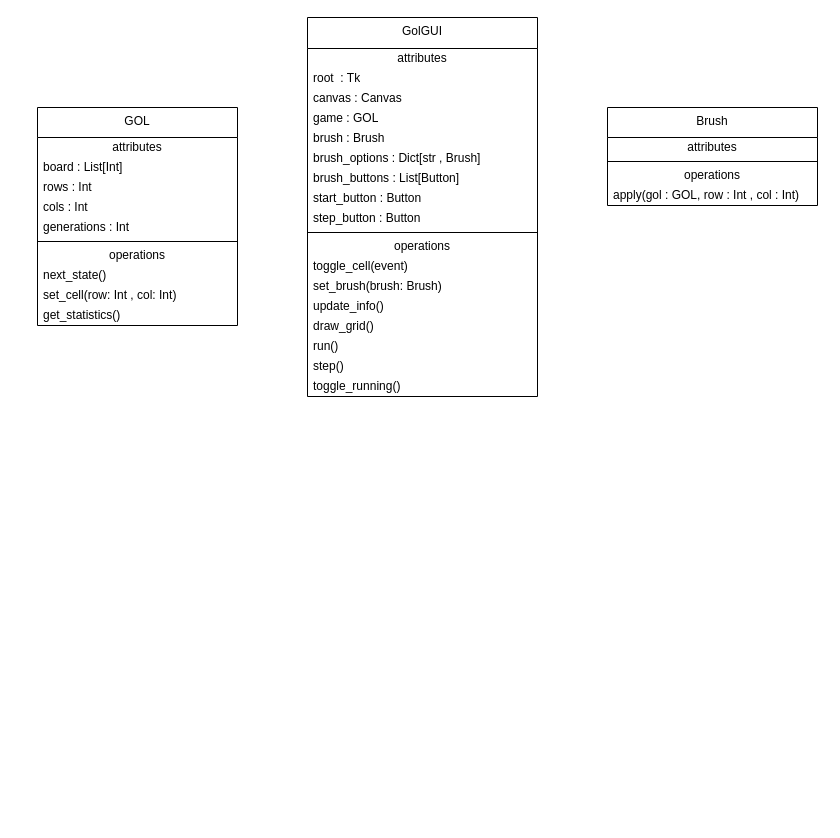
This is structure.drawio from Tibi82/Game-of-Life-1, a draw.io file, before an edit. Source tidied: cells renumbered, new cells numbered last; positions are measured from the earlier drawing's top-left corner, leaving out a move shared by most shapes. Both pictures are drawn from the tidied source at 100%, with x=0, y=0 at pixel (37, 17).
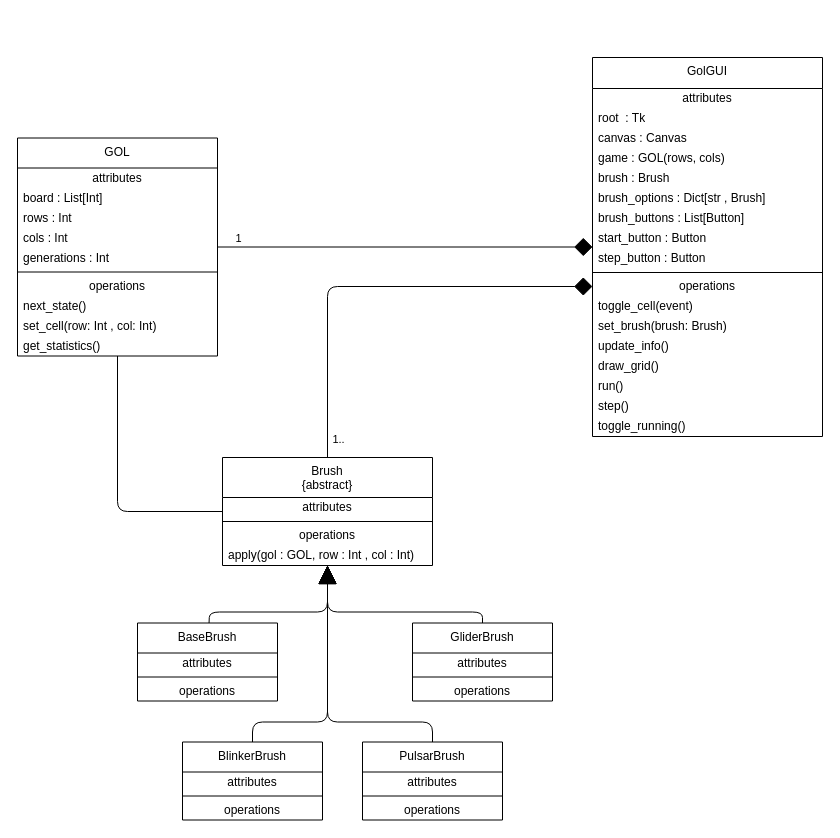
After the change.

Commit message:
connection planning

Unchanged cells that the change refers to:
```xml
<mxCell id="13" value="operations" style="text;html=1;strokeColor=none;fillColor=none;align=center;verticalAlign=middle;spacingLeft=4;spacingRight=4;overflow=hidden;points=[[0,0.5],[1,0.5]];portConstraint=eastwest;whiteSpace=wrap;" parent="2" vertex="1">
  <mxGeometry y="219" width="230" height="20" as="geometry" />
</mxCell>
```

The edit, as a diff of the source:
```diff
@@
     <mxCell id="2" value="GolGUI" style="swimlane;fontStyle=0;align=center;verticalAlign=top;horizontal=1;startSize=31;html=1;whiteSpace=wrap;" parent="1" vertex="1">
-      <mxGeometry x="270" width="230" height="379" as="geometry" />
+      <mxGeometry x="555" y="40" width="230" height="379" as="geometry" />
     </mxCell>
@@
-    <mxCell id="6" value="game : GOL" style="text;html=1;strokeColor=none;fillColor=none;align=left;verticalAlign=middle;spacingLeft=4;spacingRight=4;overflow=hidden;whiteSpace=wrap;" parent="2" vertex="1">
+    <mxCell id="6" value="game : GOL(rows, cols)" style="text;html=1;strokeColor=none;fillColor=none;align=left;verticalAlign=middle;spacingLeft=4;spacingRight=4;overflow=hidden;whiteSpace=wrap;" parent="2" vertex="1">
       <mxGeometry y="91" width="230" height="20" as="geometry" />
     </mxCell>
@@
     <mxCell id="21" value="GOL" style="swimlane;fontStyle=0;align=center;verticalAlign=top;horizontal=1;startSize=30;html=1;whiteSpace=wrap;" parent="1" vertex="1">
-      <mxGeometry y="90" width="200" height="218" as="geometry" />
+      <mxGeometry x="-20" y="120.5" width="200" height="218" as="geometry" />
     </mxCell>
@@
+    <mxCell id="37" style="edgeStyle=none;html=1;endArrow=diamond;endFill=1;endSize=16;entryX=0;entryY=0.5;entryDx=0;entryDy=0;" parent="1" edge="1" source="32" target="13">
+      <mxGeometry relative="1" as="geometry">
+        <Array as="points">
+          <mxPoint x="290" y="269" />
+        </Array>
+      </mxGeometry>
+    </mxCell>
+    <mxCell id="38" value="1.." style="edgeLabel;html=1;align=center;verticalAlign=middle;" parent="37" vertex="1">
+      <mxGeometry x="-0.77" y="4" relative="1" as="geometry">
+        <mxPoint x="14" y="31" as="offset" />
+      </mxGeometry>
+    </mxCell>
+    <mxCell id="39" style="edgeStyle=none;html=1;endArrow=none;endFill=0;" parent="1" edge="1" source="32" target="21">
+      <mxGeometry relative="1" as="geometry">
+        <Array as="points">
+          <mxPoint x="80" y="494" />
+        </Array>
+      </mxGeometry>
+    </mxCell>
-    <mxCell id="32" value="Brush" style="swimlane;fontStyle=0;align=center;verticalAlign=top;horizontal=1;startSize=30;html=1;whiteSpace=wrap;" parent="1" vertex="1">
-      <mxGeometry x="570" y="90" width="210" height="98" as="geometry" />
+    <mxCell id="32" value="Brush&lt;div&gt;{abstract}&lt;/div&gt;" style="swimlane;fontStyle=0;align=center;verticalAlign=top;horizontal=1;startSize=40;html=1;whiteSpace=wrap;" parent="1" vertex="1">
+      <mxGeometry x="185" y="440" width="210" height="108" as="geometry" />
     </mxCell>
     <mxCell id="33" value="attributes" style="text;html=1;strokeColor=none;fillColor=none;align=center;verticalAlign=middle;spacingLeft=4;spacingRight=4;overflow=hidden;whiteSpace=wrap;" parent="32" vertex="1">
-      <mxGeometry y="30" width="210" height="20" as="geometry" />
+      <mxGeometry y="40" width="210" height="20" as="geometry" />
     </mxCell>
     <mxCell id="34" style="line;strokeWidth=1;fillColor=none;align=left;verticalAlign=middle;spacingTop=-1;spacingLeft=3;spacingRight=3;labelPosition=right;" parent="32" vertex="1">
-      <mxGeometry y="50" width="210" height="8" as="geometry" />
+      <mxGeometry y="60" width="210" height="8" as="geometry" />
     </mxCell>
     <mxCell id="35" value="operations" style="text;html=1;strokeColor=none;fillColor=none;align=center;verticalAlign=middle;spacingLeft=4;spacingRight=4;overflow=hidden;whiteSpace=wrap;" parent="32" vertex="1">
-      <mxGeometry y="58" width="210" height="20" as="geometry" />
+      <mxGeometry y="68" width="210" height="20" as="geometry" />
     </mxCell>
     <mxCell id="36" value="apply(gol : GOL, row : Int , col : Int)" style="text;html=1;strokeColor=none;fillColor=none;align=left;verticalAlign=middle;spacingLeft=4;spacingRight=4;overflow=hidden;whiteSpace=wrap;" parent="32" vertex="1">
-      <mxGeometry y="78" width="210" height="20" as="geometry" />
+      <mxGeometry y="88" width="210" height="20" as="geometry" />
     </mxCell>
+    <mxCell id="40" style="edgeStyle=none;html=1;endArrow=diamond;endFill=1;endSize=16;" parent="1" edge="1" source="21" target="2">
+      <mxGeometry relative="1" as="geometry" />
+    </mxCell>
+    <mxCell id="41" value="1" style="edgeLabel;html=1;align=center;verticalAlign=middle;" parent="40" vertex="1">
+      <mxGeometry x="-0.56" y="2" relative="1" as="geometry">
+        <mxPoint x="-62" y="-7" as="offset" />
+      </mxGeometry>
+    </mxCell>
+    <mxCell id="42" style="edgeStyle=none;html=1;endArrow=block;endFill=1;endSize=16;" parent="1" edge="1" source="43" target="32">
+      <mxGeometry relative="1" as="geometry">
+        <Array as="points">
+          <mxPoint x="172" y="594.5" />
+          <mxPoint x="290" y="594.5" />
+        </Array>
+      </mxGeometry>
+    </mxCell>
+    <mxCell id="43" value="BaseBrush" style="swimlane;fontStyle=0;align=center;verticalAlign=top;horizontal=1;startSize=30;html=1;whiteSpace=wrap;" parent="1" vertex="1">
+      <mxGeometry x="100" y="605.5" width="140" height="78" as="geometry" />
+    </mxCell>
+    <mxCell id="44" value="attributes" style="text;html=1;strokeColor=none;fillColor=none;align=center;verticalAlign=middle;spacingLeft=4;spacingRight=4;overflow=hidden;whiteSpace=wrap;" parent="43" vertex="1">
+      <mxGeometry y="30" width="140" height="20" as="geometry" />
+    </mxCell>
+    <mxCell id="45" style="line;strokeWidth=1;fillColor=none;align=left;verticalAlign=middle;spacingTop=-1;spacingLeft=3;spacingRight=3;labelPosition=right;" parent="43" vertex="1">
+      <mxGeometry y="50" width="140" height="8" as="geometry" />
+    </mxCell>
+    <mxCell id="46" value="operations" style="text;html=1;strokeColor=none;fillColor=none;align=center;verticalAlign=middle;spacingLeft=4;spacingRight=4;overflow=hidden;whiteSpace=wrap;" parent="43" vertex="1">
+      <mxGeometry y="58" width="140" height="20" as="geometry" />
+    </mxCell>
+    <mxCell id="47" value="GliderBrush" style="swimlane;fontStyle=0;align=center;verticalAlign=top;horizontal=1;startSize=30;html=1;whiteSpace=wrap;" parent="1" vertex="1">
+      <mxGeometry x="375" y="605.5" width="140" height="78" as="geometry" />
+    </mxCell>
+    <mxCell id="48" value="attributes" style="text;html=1;strokeColor=none;fillColor=none;align=center;verticalAlign=middle;spacingLeft=4;spacingRight=4;overflow=hidden;whiteSpace=wrap;" parent="47" vertex="1">
+      <mxGeometry y="30" width="140" height="20" as="geometry" />
+    </mxCell>
+    <mxCell id="49" style="line;strokeWidth=1;fillColor=none;align=left;verticalAlign=middle;spacingTop=-1;spacingLeft=3;spacingRight=3;labelPosition=right;" parent="47" vertex="1">
+      <mxGeometry y="50" width="140" height="8" as="geometry" />
+    </mxCell>
+    <mxCell id="50" value="operations" style="text;html=1;strokeColor=none;fillColor=none;align=center;verticalAlign=middle;spacingLeft=4;spacingRight=4;overflow=hidden;whiteSpace=wrap;" parent="47" vertex="1">
+      <mxGeometry y="58" width="140" height="20" as="geometry" />
+    </mxCell>
+    <mxCell id="51" value="BlinkerBrush" style="swimlane;fontStyle=0;align=center;verticalAlign=top;horizontal=1;startSize=30;html=1;whiteSpace=wrap;" parent="1" vertex="1">
+      <mxGeometry x="145" y="724.5" width="140" height="78" as="geometry" />
+    </mxCell>
+    <mxCell id="52" value="attributes" style="text;html=1;strokeColor=none;fillColor=none;align=center;verticalAlign=middle;spacingLeft=4;spacingRight=4;overflow=hidden;whiteSpace=wrap;" parent="51" vertex="1">
+      <mxGeometry y="30" width="140" height="20" as="geometry" />
+    </mxCell>
+    <mxCell id="53" style="line;strokeWidth=1;fillColor=none;align=left;verticalAlign=middle;spacingTop=-1;spacingLeft=3;spacingRight=3;labelPosition=right;" parent="51" vertex="1">
+      <mxGeometry y="50" width="140" height="8" as="geometry" />
+    </mxCell>
+    <mxCell id="54" value="operations" style="text;html=1;strokeColor=none;fillColor=none;align=center;verticalAlign=middle;spacingLeft=4;spacingRight=4;overflow=hidden;whiteSpace=wrap;" parent="51" vertex="1">
+      <mxGeometry y="58" width="140" height="20" as="geometry" />
+    </mxCell>
+    <mxCell id="55" value="PulsarBrush" style="swimlane;fontStyle=0;align=center;verticalAlign=top;horizontal=1;startSize=30;html=1;whiteSpace=wrap;" parent="1" vertex="1">
+      <mxGeometry x="325" y="724.5" width="140" height="78" as="geometry" />
+    </mxCell>
+    <mxCell id="56" value="attributes" style="text;html=1;strokeColor=none;fillColor=none;align=center;verticalAlign=middle;spacingLeft=4;spacingRight=4;overflow=hidden;whiteSpace=wrap;" parent="55" vertex="1">
+      <mxGeometry y="30" width="140" height="20" as="geometry" />
+    </mxCell>
+    <mxCell id="57" style="line;strokeWidth=1;fillColor=none;align=left;verticalAlign=middle;spacingTop=-1;spacingLeft=3;spacingRight=3;labelPosition=right;" parent="55" vertex="1">
+      <mxGeometry y="50" width="140" height="8" as="geometry" />
+    </mxCell>
+    <mxCell id="58" value="operations" style="text;html=1;strokeColor=none;fillColor=none;align=center;verticalAlign=middle;spacingLeft=4;spacingRight=4;overflow=hidden;whiteSpace=wrap;" parent="55" vertex="1">
+      <mxGeometry y="58" width="140" height="20" as="geometry" />
+    </mxCell>
+    <mxCell id="59" style="edgeStyle=none;html=1;endArrow=block;endFill=1;endSize=16;" parent="1" edge="1" source="47" target="32">
+      <mxGeometry relative="1" as="geometry">
+        <Array as="points">
+          <mxPoint x="445" y="594.5" />
+          <mxPoint x="290" y="594.5" />
+        </Array>
+      </mxGeometry>
+    </mxCell>
+    <mxCell id="60" style="edgeStyle=none;html=1;endArrow=block;endFill=1;endSize=16;" parent="1" edge="1" source="55" target="32">
+      <mxGeometry relative="1" as="geometry">
+        <Array as="points">
+          <mxPoint x="395" y="704.5" />
+          <mxPoint x="290" y="704.5" />
+        </Array>
+      </mxGeometry>
+    </mxCell>
+    <mxCell id="61" style="edgeStyle=none;html=1;endArrow=block;endFill=1;endSize=16;" parent="1" edge="1" source="51" target="32">
+      <mxGeometry relative="1" as="geometry">
+        <Array as="points">
+          <mxPoint x="215" y="704.5" />
+          <mxPoint x="290" y="704.5" />
+        </Array>
+      </mxGeometry>
+    </mxCell>
```
